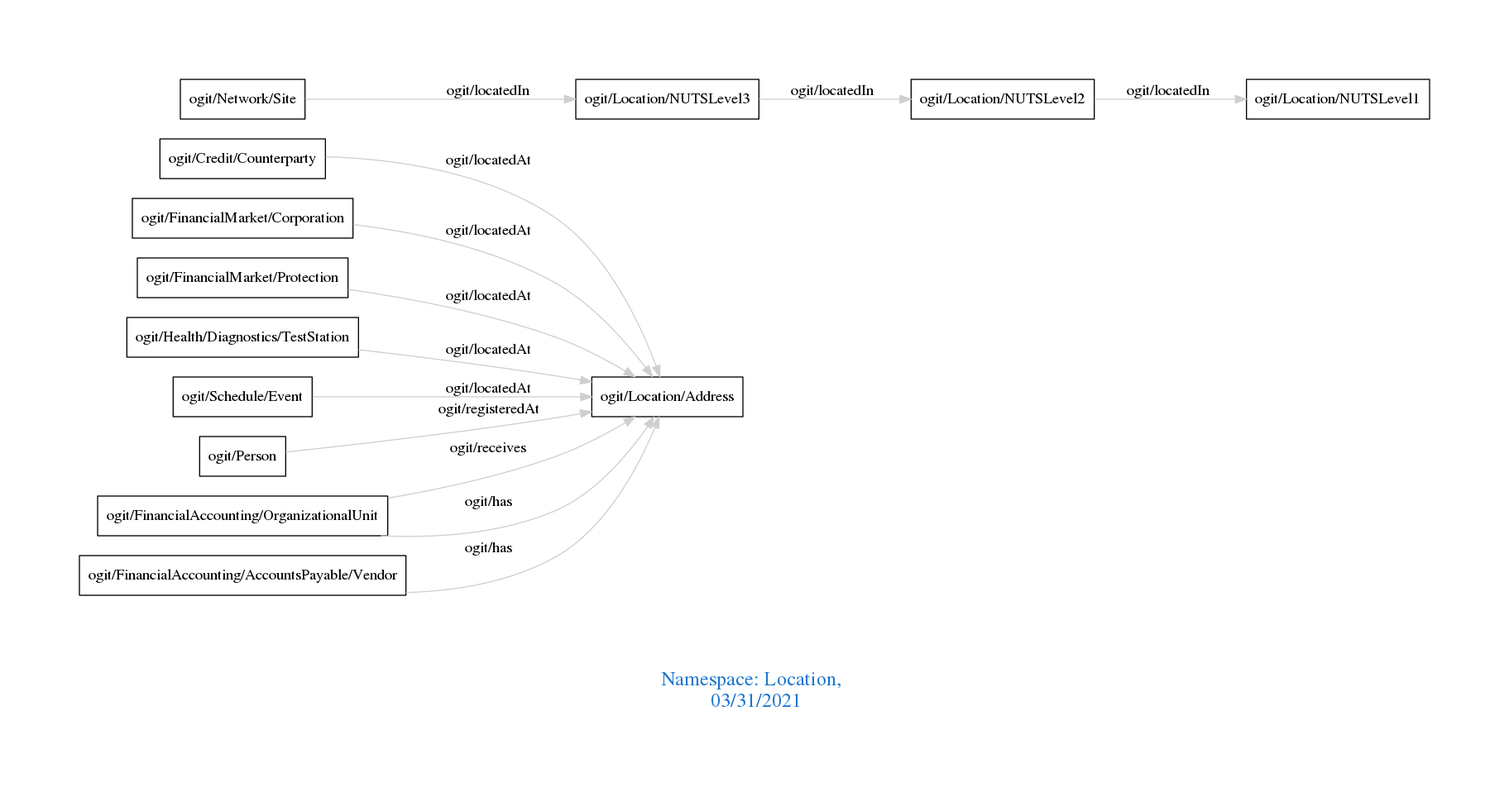
Before: downloads/Location.png, a diagram exported from Graphviz (arago/OGIT). Its source is kept beside it as downloads/Location.dot.
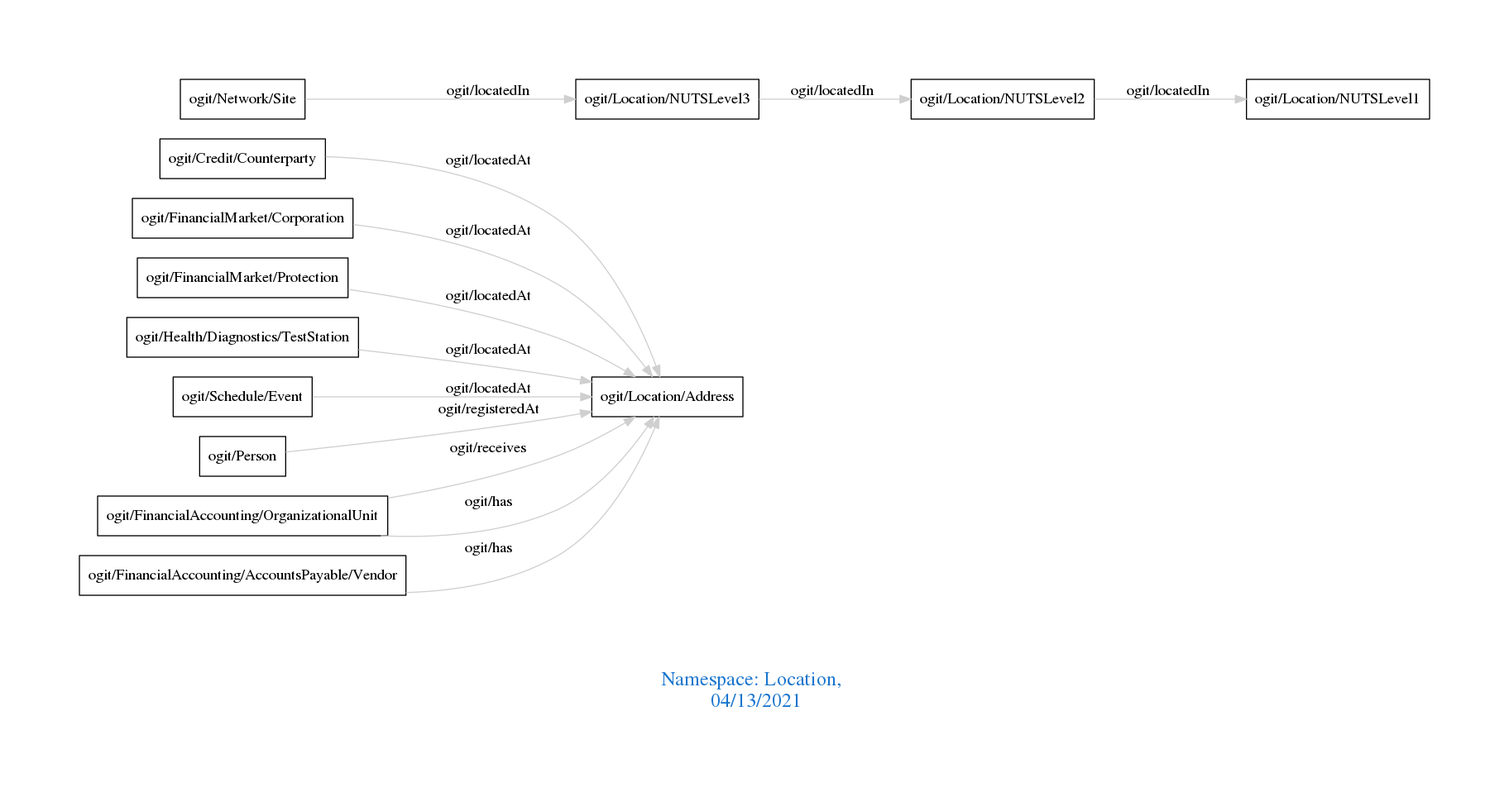
Later version of the same file.

The edit, as a diff of the source:
```diff
@@ -1,7 +1,7 @@
 digraph OGIT_ontology {
  graph [ rankdir= LR,pad=1
 fontsize = 18,
-fontcolor= dodgerblue3,label = "\n\n\nNamespace: Location, \n 03/31/2021"];
+fontcolor= dodgerblue3,label = "\n\n\nNamespace: Location, \n 04/13/2021"];
 node[shape=polygon];
 edge [  color="gray81"];
 
```
